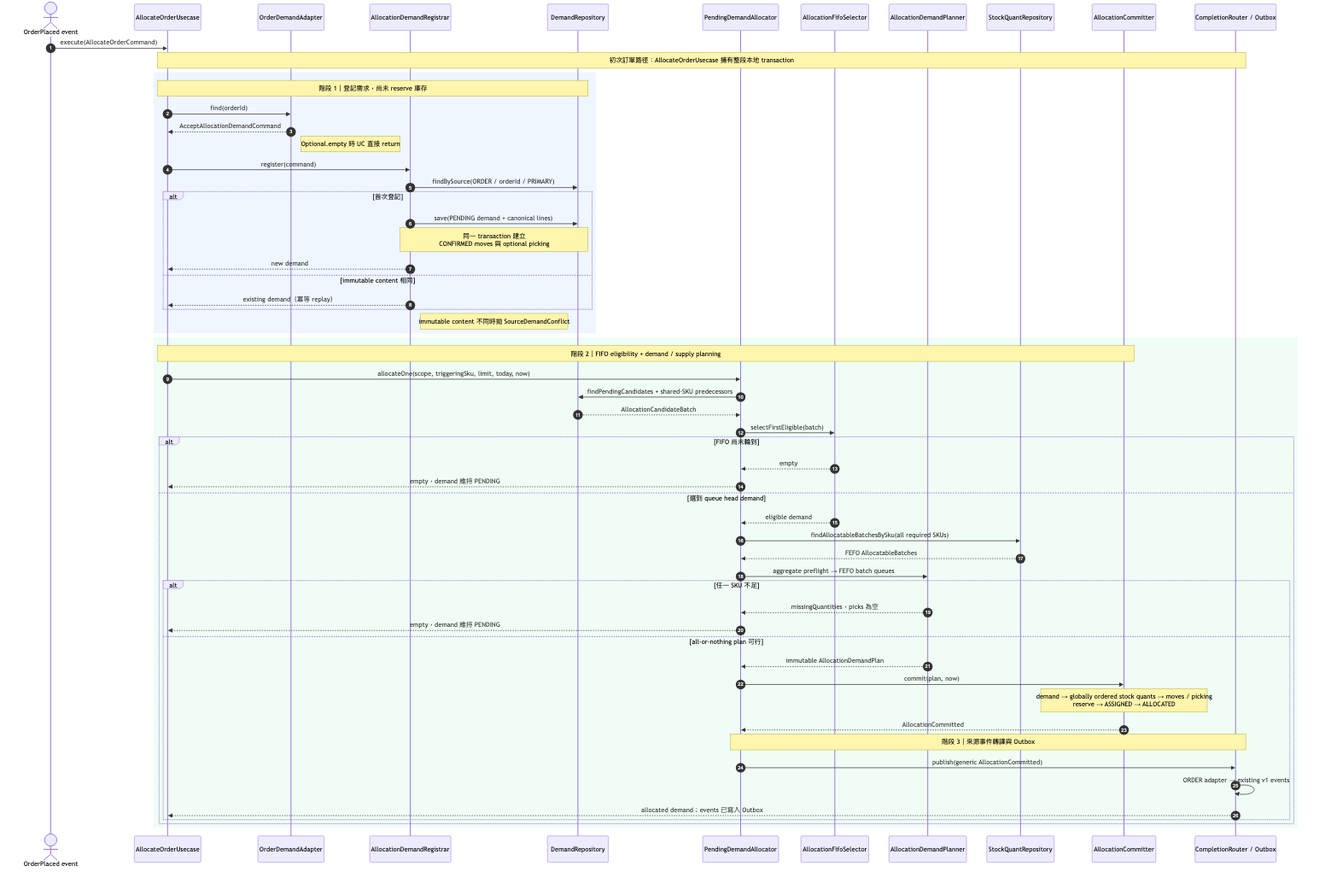
The Mermaid diagram docs/images/allocation-order-sequence.png in zhjiangexe/order-allocation-arch-demo, before a commit. Its source is kept beside it as docs/diagrams/allocation-order-sequence.mmd.
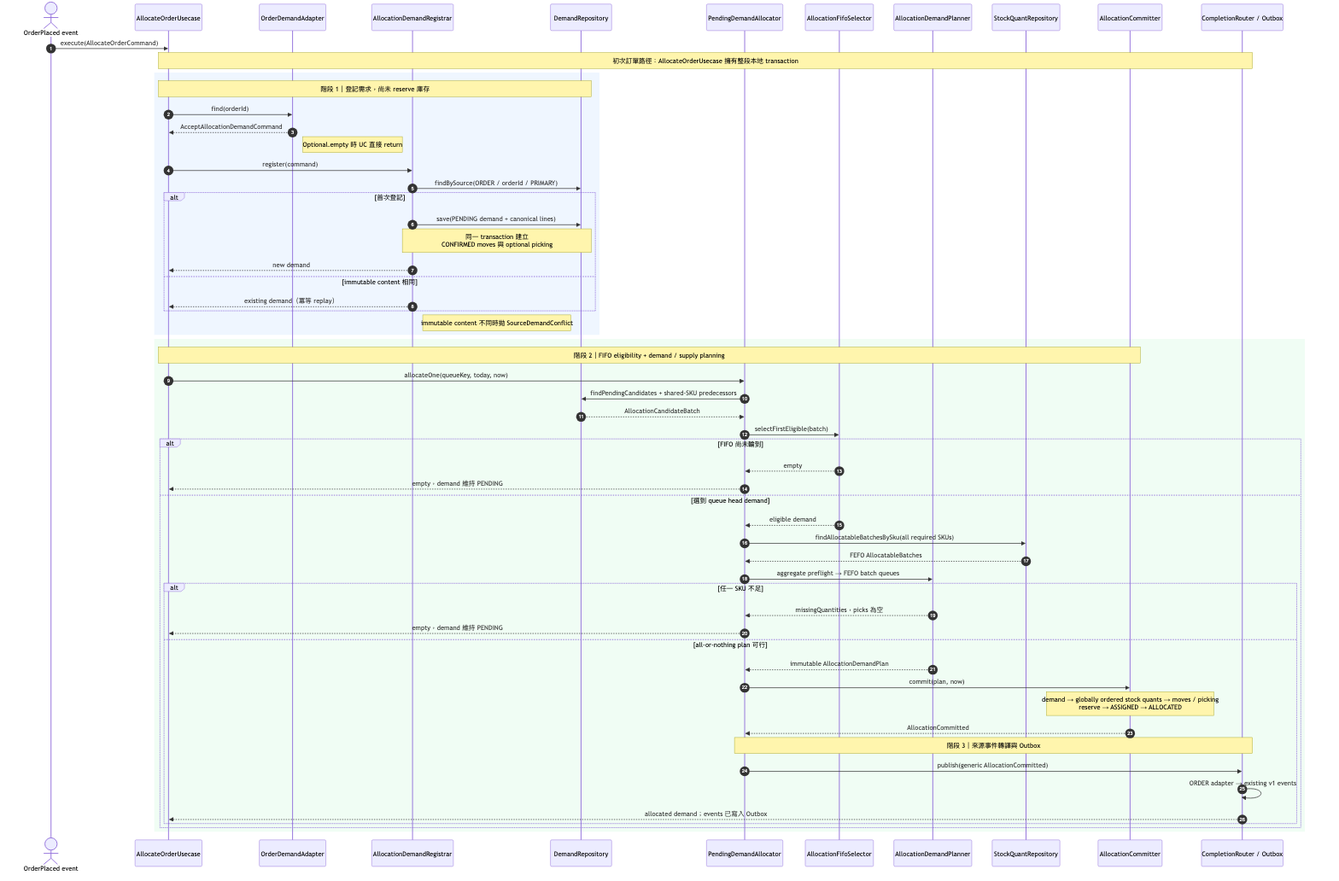
Above is the later version.

The edit, as a diff of the source:
```diff
@@ -35,7 +35,7 @@
 
     rect rgb(240, 253, 244)
         Note over UC,Committer: 階段 2｜FIFO eligibility + demand / supply planning
-        UC->>Attempt: allocateOne(scope, triggeringSku, limit, today, now)
+        UC->>Attempt: allocateOne(queueKey, today, now)
         Attempt->>DemandRepo: findPendingCandidates + shared-SKU predecessors
         DemandRepo-->>Attempt: AllocationCandidateBatch
         Attempt->>Fifo: selectFirstEligible(batch)
```
